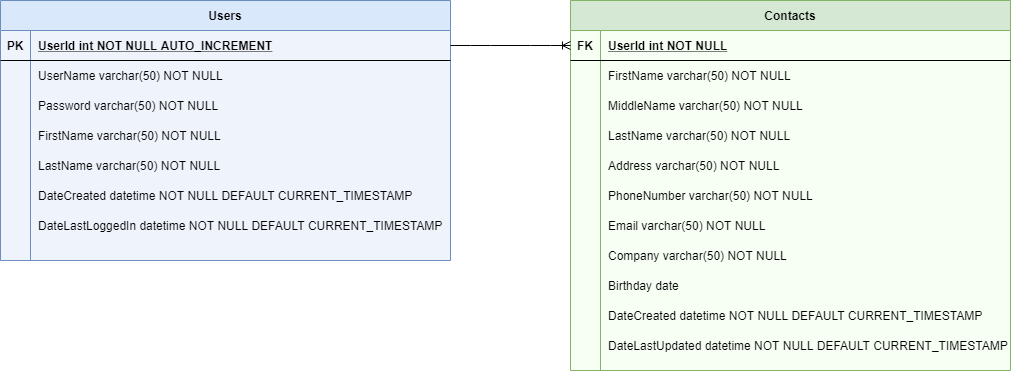
Before: ERD/ConnectUs-ERD.drawio.png, a diagram exported from draw.io (Monstarules/ucf-cop4331-connectus). Source tidied: cells renumbered, new cells last; positions are measured from the earlier drawing's top-left corner, leaving out a move shared by most shapes. The source it was exported from:
```xml
<mxGraphModel>
  <root>
    <mxCell id="0" />
    <mxCell id="1" parent="0" />
    <mxCell id="2" value="Contacts" style="shape=table;startSize=30;rowLines=0;fontStyle=1;align=center;fillColor=#d5e8d4;strokeColor=#82b366;gradientDirection=south;swimlaneFillColor=#F7FFF5;" parent="1" vertex="1">
      <mxGeometry x="570" width="440" height="370" as="geometry" />
    </mxCell>
    <mxCell id="3" style="shape=partialRectangle;fillColor=none;points=[[0,0.5],[1,0.5]];portConstraint=eastwest;top=0;left=0;right=0;bottom=1;" parent="2" vertex="1">
      <mxGeometry y="30" width="440" height="30" as="geometry" />
    </mxCell>
    <mxCell id="4" value="FK" style="shape=partialRectangle;overflow=hidden;fillColor=none;top=0;left=0;bottom=0;right=0;fontStyle=1;" parent="3" vertex="1">
      <mxGeometry width="30" height="30" as="geometry" />
    </mxCell>
    <mxCell id="5" value="UserId int NOT NULL " style="shape=partialRectangle;overflow=hidden;fillColor=none;top=0;left=0;bottom=0;right=0;align=left;spacingLeft=6;fontStyle=5;" parent="3" vertex="1">
      <mxGeometry x="30" width="410" height="30" as="geometry" />
    </mxCell>
    <mxCell id="6" style="shape=partialRectangle;fillColor=none;points=[[0,0.5],[1,0.5]];portConstraint=eastwest;top=0;left=0;right=0;bottom=0;" parent="2" vertex="1">
      <mxGeometry y="60" width="440" height="30" as="geometry" />
    </mxCell>
    <mxCell id="7" style="shape=partialRectangle;overflow=hidden;fillColor=none;top=0;left=0;bottom=0;right=0;" parent="6" vertex="1">
      <mxGeometry width="30" height="30" as="geometry" />
    </mxCell>
    <mxCell id="8" value="FirstName varchar(50) NOT NULL" style="shape=partialRectangle;overflow=hidden;fillColor=none;top=0;left=0;bottom=0;right=0;align=left;spacingLeft=6;" parent="6" vertex="1">
      <mxGeometry x="30" width="410" height="30" as="geometry" />
    </mxCell>
    <mxCell id="9" style="shape=partialRectangle;fillColor=none;top=0;left=0;right=0;bottom=0;" parent="2" vertex="1">
      <mxGeometry y="90" width="440" height="30" as="geometry" />
    </mxCell>
    <mxCell id="10" style="shape=partialRectangle;overflow=hidden;fillColor=none;top=0;left=0;bottom=0;right=0;" parent="9" vertex="1">
      <mxGeometry width="30" height="30" as="geometry" />
    </mxCell>
    <mxCell id="11" value="MiddleName varchar(50) NOT NULL" style="shape=partialRectangle;overflow=hidden;fillColor=none;top=0;left=0;bottom=0;right=0;align=left;spacingLeft=6;" parent="9" vertex="1">
      <mxGeometry x="30" width="410" height="30" as="geometry" />
    </mxCell>
    <mxCell id="12" style="shape=partialRectangle;fillColor=none;top=0;left=0;right=0;bottom=0;" parent="2" vertex="1">
      <mxGeometry y="120" width="440" height="30" as="geometry" />
    </mxCell>
    <mxCell id="13" style="shape=partialRectangle;overflow=hidden;fillColor=none;top=0;left=0;bottom=0;right=0;" parent="12" vertex="1">
      <mxGeometry width="30" height="30" as="geometry" />
    </mxCell>
    <mxCell id="14" value="LastName varchar(50) NOT NULL" style="shape=partialRectangle;overflow=hidden;fillColor=none;top=0;left=0;bottom=0;right=0;align=left;spacingLeft=6;" parent="12" vertex="1">
      <mxGeometry x="30" width="410" height="30" as="geometry" />
    </mxCell>
    <mxCell id="15" style="shape=partialRectangle;fillColor=none;top=0;left=0;right=0;bottom=0;" parent="2" vertex="1">
      <mxGeometry y="150" width="440" height="30" as="geometry" />
    </mxCell>
    <mxCell id="16" style="shape=partialRectangle;overflow=hidden;fillColor=none;top=0;left=0;bottom=0;right=0;" parent="15" vertex="1">
      <mxGeometry width="30" height="30" as="geometry" />
    </mxCell>
    <mxCell id="17" value="Address varchar(50) NOT NULL" style="shape=partialRectangle;overflow=hidden;fillColor=none;top=0;left=0;bottom=0;right=0;align=left;spacingLeft=6;" parent="15" vertex="1">
      <mxGeometry x="30" width="410" height="30" as="geometry" />
    </mxCell>
    <mxCell id="18" style="shape=partialRectangle;fillColor=none;top=0;left=0;right=0;bottom=0;" parent="2" vertex="1">
      <mxGeometry y="180" width="440" height="30" as="geometry" />
    </mxCell>
    <mxCell id="19" style="shape=partialRectangle;overflow=hidden;fillColor=none;top=0;left=0;bottom=0;right=0;" parent="18" vertex="1">
      <mxGeometry width="30" height="30" as="geometry" />
    </mxCell>
    <mxCell id="20" value="PhoneNumber varchar(50) NOT NULL" style="shape=partialRectangle;overflow=hidden;fillColor=none;top=0;left=0;bottom=0;right=0;align=left;spacingLeft=6;" parent="18" vertex="1">
      <mxGeometry x="30" width="410" height="30" as="geometry" />
    </mxCell>
    <mxCell id="21" style="shape=partialRectangle;fillColor=none;top=0;left=0;right=0;bottom=0;" parent="2" vertex="1">
      <mxGeometry y="210" width="440" height="30" as="geometry" />
    </mxCell>
    <mxCell id="22" style="shape=partialRectangle;overflow=hidden;fillColor=none;top=0;left=0;bottom=0;right=0;" parent="21" vertex="1">
      <mxGeometry width="30" height="30" as="geometry" />
    </mxCell>
    <mxCell id="23" value="Email varchar(50) NOT NULL" style="shape=partialRectangle;overflow=hidden;fillColor=none;top=0;left=0;bottom=0;right=0;align=left;spacingLeft=6;" parent="21" vertex="1">
      <mxGeometry x="30" width="410" height="30" as="geometry" />
    </mxCell>
    <mxCell id="24" style="shape=partialRectangle;fillColor=none;top=0;left=0;right=0;bottom=0;" parent="2" vertex="1">
      <mxGeometry y="240" width="440" height="30" as="geometry" />
    </mxCell>
    <mxCell id="25" style="shape=partialRectangle;overflow=hidden;fillColor=none;top=0;left=0;bottom=0;right=0;" parent="24" vertex="1">
      <mxGeometry width="30" height="30" as="geometry" />
    </mxCell>
    <mxCell id="26" value="Company varchar(50) NOT NULL" style="shape=partialRectangle;overflow=hidden;fillColor=none;top=0;left=0;bottom=0;right=0;align=left;spacingLeft=6;" parent="24" vertex="1">
      <mxGeometry x="30" width="410" height="30" as="geometry" />
    </mxCell>
    <mxCell id="27" style="shape=partialRectangle;fillColor=none;top=0;left=0;right=0;bottom=0;" parent="2" vertex="1">
      <mxGeometry y="270" width="440" height="30" as="geometry" />
    </mxCell>
    <mxCell id="28" style="shape=partialRectangle;overflow=hidden;fillColor=none;top=0;left=0;bottom=0;right=0;" parent="27" vertex="1">
      <mxGeometry width="30" height="30" as="geometry" />
    </mxCell>
    <mxCell id="29" value="Birthday date " style="shape=partialRectangle;overflow=hidden;fillColor=none;top=0;left=0;bottom=0;right=0;align=left;spacingLeft=6;" parent="27" vertex="1">
      <mxGeometry x="30" width="410" height="30" as="geometry" />
    </mxCell>
    <mxCell id="30" style="shape=partialRectangle;fillColor=none;top=0;left=0;right=0;bottom=0;" parent="2" vertex="1">
      <mxGeometry y="300" width="440" height="30" as="geometry" />
    </mxCell>
    <mxCell id="31" style="shape=partialRectangle;overflow=hidden;fillColor=none;top=0;left=0;bottom=0;right=0;" parent="30" vertex="1">
      <mxGeometry width="30" height="30" as="geometry" />
    </mxCell>
    <mxCell id="32" value="DateCreated datetime NOT NULL DEFAULT CURRENT_TIMESTAMP" style="shape=partialRectangle;overflow=hidden;fillColor=none;top=0;left=0;bottom=0;right=0;align=left;spacingLeft=6;" parent="30" vertex="1">
      <mxGeometry x="30" width="410" height="30" as="geometry" />
    </mxCell>
    <mxCell id="33" style="shape=partialRectangle;fillColor=none;top=0;left=0;right=0;bottom=0;" parent="2" vertex="1">
      <mxGeometry y="330" width="440" height="30" as="geometry" />
    </mxCell>
    <mxCell id="34" style="shape=partialRectangle;overflow=hidden;fillColor=none;top=0;left=0;bottom=0;right=0;" parent="33" vertex="1">
      <mxGeometry width="30" height="30" as="geometry" />
    </mxCell>
    <mxCell id="35" value="DateLastUpdated datetime NOT NULL DEFAULT CURRENT_TIMESTAMP" style="shape=partialRectangle;overflow=hidden;fillColor=none;top=0;left=0;bottom=0;right=0;align=left;spacingLeft=6;" parent="33" vertex="1">
      <mxGeometry x="30" width="410" height="30" as="geometry" />
    </mxCell>
    <mxCell id="36" value="Users" style="shape=table;startSize=30;rowLines=0;fontStyle=1;align=center;fillColor=#dae8fc;strokeColor=#6c8ebf;swimlaneFillColor=#EFF3FB;" parent="1" vertex="1">
      <mxGeometry width="450" height="260" as="geometry" />
    </mxCell>
    <mxCell id="37" style="shape=partialRectangle;fillColor=none;points=[[0,0.5],[1,0.5]];portConstraint=eastwest;top=0;left=0;right=0;bottom=1;" parent="36" vertex="1">
      <mxGeometry y="30" width="450" height="30" as="geometry" />
    </mxCell>
    <mxCell id="38" value="PK" style="shape=partialRectangle;overflow=hidden;fillColor=none;top=0;left=0;bottom=0;right=0;fontStyle=1;" parent="37" vertex="1">
      <mxGeometry width="30" height="30" as="geometry" />
    </mxCell>
    <mxCell id="39" value="UserId int NOT NULL AUTO_INCREMENT" style="shape=partialRectangle;overflow=hidden;fillColor=none;top=0;left=0;bottom=0;right=0;align=left;spacingLeft=6;fontStyle=5;" parent="37" vertex="1">
      <mxGeometry x="30" width="420" height="30" as="geometry" />
    </mxCell>
    <mxCell id="40" style="shape=partialRectangle;fillColor=none;top=0;left=0;right=0;bottom=0;" parent="36" vertex="1">
      <mxGeometry y="60" width="450" height="30" as="geometry" />
    </mxCell>
    <mxCell id="41" style="shape=partialRectangle;overflow=hidden;fillColor=none;top=0;left=0;bottom=0;right=0;" parent="40" vertex="1">
      <mxGeometry width="30" height="30" as="geometry" />
    </mxCell>
    <mxCell id="42" value="UserName varchar(50) NOT NULL" style="shape=partialRectangle;overflow=hidden;fillColor=none;top=0;left=0;bottom=0;right=0;align=left;spacingLeft=6;" parent="40" vertex="1">
      <mxGeometry x="30" width="420" height="30" as="geometry" />
    </mxCell>
    <mxCell id="43" style="shape=partialRectangle;fillColor=none;top=0;left=0;right=0;bottom=0;" parent="36" vertex="1">
      <mxGeometry y="90" width="450" height="30" as="geometry" />
    </mxCell>
    <mxCell id="44" style="shape=partialRectangle;overflow=hidden;fillColor=none;top=0;left=0;bottom=0;right=0;" parent="43" vertex="1">
      <mxGeometry width="30" height="30" as="geometry" />
    </mxCell>
    <mxCell id="45" value="Password varchar(50) NOT NULL" style="shape=partialRectangle;overflow=hidden;fillColor=none;top=0;left=0;bottom=0;right=0;align=left;spacingLeft=6;" parent="43" vertex="1">
      <mxGeometry x="30" width="420" height="30" as="geometry" />
    </mxCell>
    <mxCell id="46" style="shape=partialRectangle;fillColor=none;top=0;left=0;right=0;bottom=0;" parent="36" vertex="1">
      <mxGeometry y="120" width="450" height="30" as="geometry" />
    </mxCell>
    <mxCell id="47" style="shape=partialRectangle;overflow=hidden;fillColor=none;top=0;left=0;bottom=0;right=0;" parent="46" vertex="1">
      <mxGeometry width="30" height="30" as="geometry" />
    </mxCell>
    <mxCell id="48" value="FirstName varchar(50) NOT NULL" style="shape=partialRectangle;overflow=hidden;fillColor=none;top=0;left=0;bottom=0;right=0;align=left;spacingLeft=6;" parent="46" vertex="1">
      <mxGeometry x="30" width="420" height="30" as="geometry" />
    </mxCell>
    <mxCell id="49" style="shape=partialRectangle;fillColor=none;top=0;left=0;right=0;bottom=0;" parent="36" vertex="1">
      <mxGeometry y="150" width="450" height="30" as="geometry" />
    </mxCell>
    <mxCell id="50" style="shape=partialRectangle;overflow=hidden;fillColor=none;top=0;left=0;bottom=0;right=0;" parent="49" vertex="1">
      <mxGeometry width="30" height="30" as="geometry" />
    </mxCell>
    <mxCell id="51" value="LastName varchar(50) NOT NULL" style="shape=partialRectangle;overflow=hidden;fillColor=none;top=0;left=0;bottom=0;right=0;align=left;spacingLeft=6;" parent="49" vertex="1">
      <mxGeometry x="30" width="420" height="30" as="geometry" />
    </mxCell>
    <mxCell id="52" style="shape=partialRectangle;fillColor=none;top=0;left=0;right=0;bottom=0;" parent="36" vertex="1">
      <mxGeometry y="180" width="450" height="30" as="geometry" />
    </mxCell>
    <mxCell id="53" style="shape=partialRectangle;overflow=hidden;fillColor=none;top=0;left=0;bottom=0;right=0;" parent="52" vertex="1">
      <mxGeometry width="30" height="30" as="geometry" />
    </mxCell>
    <mxCell id="54" value="DateCreated datetime NOT NULL DEFAULT CURRENT_TIMESTAMP" style="shape=partialRectangle;overflow=hidden;fillColor=none;top=0;left=0;bottom=0;right=0;align=left;spacingLeft=6;" parent="52" vertex="1">
      <mxGeometry x="30" width="420" height="30" as="geometry" />
    </mxCell>
    <mxCell id="55" style="shape=partialRectangle;fillColor=none;top=0;left=0;right=0;bottom=0;" parent="36" vertex="1">
      <mxGeometry y="210" width="450" height="30" as="geometry" />
    </mxCell>
    <mxCell id="56" style="shape=partialRectangle;overflow=hidden;fillColor=none;top=0;left=0;bottom=0;right=0;" parent="55" vertex="1">
      <mxGeometry width="30" height="30" as="geometry" />
    </mxCell>
    <mxCell id="57" value="DateLastLoggedIn datetime NOT NULL DEFAULT CURRENT_TIMESTAMP" style="shape=partialRectangle;overflow=hidden;fillColor=none;top=0;left=0;bottom=0;right=0;align=left;spacingLeft=6;" parent="55" vertex="1">
      <mxGeometry x="30" width="420" height="30" as="geometry" />
    </mxCell>
    <mxCell id="58" style="edgeStyle=entityRelationEdgeStyle;fontSize=12;html=1;endArrow=ERoneToMany;entryX=0;entryY=0.5;entryDx=0;entryDy=0;" parent="1" edge="1" source="37" target="3">
      <mxGeometry relative="1" as="geometry" />
    </mxCell>
  </root>
</mxGraphModel>
```
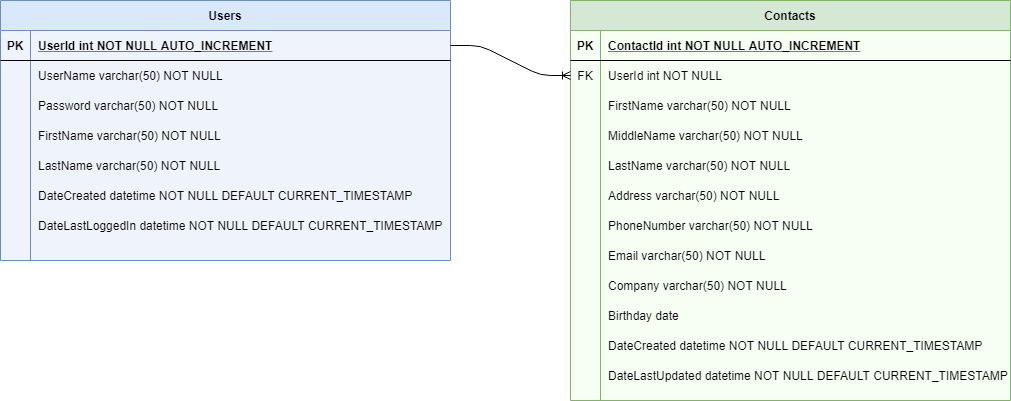
After the commit.

The edit, as a diff of the source:
```diff
@@ -3,28 +3,37 @@
     <mxCell id="0" />
     <mxCell id="1" parent="0" />
     <mxCell id="2" value="Contacts" style="shape=table;startSize=30;rowLines=0;fontStyle=1;align=center;fillColor=#d5e8d4;strokeColor=#82b366;gradientDirection=south;swimlaneFillColor=#F7FFF5;" parent="1" vertex="1">
-      <mxGeometry x="570" width="440" height="370" as="geometry" />
+      <mxGeometry x="570" width="440" height="400" as="geometry" />
     </mxCell>
     <mxCell id="3" style="shape=partialRectangle;fillColor=none;points=[[0,0.5],[1,0.5]];portConstraint=eastwest;top=0;left=0;right=0;bottom=1;" parent="2" vertex="1">
       <mxGeometry y="30" width="440" height="30" as="geometry" />
     </mxCell>
-    <mxCell id="4" value="FK" style="shape=partialRectangle;overflow=hidden;fillColor=none;top=0;left=0;bottom=0;right=0;fontStyle=1;" parent="3" vertex="1">
+    <mxCell id="4" value="PK" style="shape=partialRectangle;overflow=hidden;fillColor=none;top=0;left=0;bottom=0;right=0;fontStyle=1;" parent="3" vertex="1">
       <mxGeometry width="30" height="30" as="geometry" />
     </mxCell>
-    <mxCell id="5" value="UserId int NOT NULL " style="shape=partialRectangle;overflow=hidden;fillColor=none;top=0;left=0;bottom=0;right=0;align=left;spacingLeft=6;fontStyle=5;" parent="3" vertex="1">
+    <mxCell id="5" value="ContactId int NOT NULL AUTO_INCREMENT" style="shape=partialRectangle;overflow=hidden;fillColor=none;top=0;left=0;bottom=0;right=0;align=left;spacingLeft=6;fontStyle=5;" parent="3" vertex="1">
       <mxGeometry x="30" width="410" height="30" as="geometry" />
     </mxCell>
     <mxCell id="6" style="shape=partialRectangle;fillColor=none;points=[[0,0.5],[1,0.5]];portConstraint=eastwest;top=0;left=0;right=0;bottom=0;" parent="2" vertex="1">
       <mxGeometry y="60" width="440" height="30" as="geometry" />
     </mxCell>
-    <mxCell id="7" style="shape=partialRectangle;overflow=hidden;fillColor=none;top=0;left=0;bottom=0;right=0;" parent="6" vertex="1">
+    <mxCell id="7" value="FK" style="shape=partialRectangle;overflow=hidden;fillColor=none;top=0;left=0;bottom=0;right=0;" parent="6" vertex="1">
       <mxGeometry width="30" height="30" as="geometry" />
     </mxCell>
-    <mxCell id="8" value="FirstName varchar(50) NOT NULL" style="shape=partialRectangle;overflow=hidden;fillColor=none;top=0;left=0;bottom=0;right=0;align=left;spacingLeft=6;" parent="6" vertex="1">
+    <mxCell id="8" value="UserId int NOT NULL" style="shape=partialRectangle;overflow=hidden;fillColor=none;top=0;left=0;bottom=0;right=0;align=left;spacingLeft=6;" parent="6" vertex="1">
       <mxGeometry x="30" width="410" height="30" as="geometry" />
     </mxCell>
+    <mxCell id="59" style="shape=partialRectangle;fillColor=none;top=0;left=0;right=0;bottom=0;" parent="2" vertex="1">
+      <mxGeometry y="90" width="440" height="30" as="geometry" />
+    </mxCell>
+    <mxCell id="60" style="shape=partialRectangle;overflow=hidden;fillColor=none;top=0;left=0;bottom=0;right=0;" parent="59" vertex="1">
+      <mxGeometry width="30" height="30" as="geometry" />
+    </mxCell>
+    <mxCell id="61" value="FirstName varchar(50) NOT NULL" style="shape=partialRectangle;overflow=hidden;fillColor=none;top=0;left=0;bottom=0;right=0;align=left;spacingLeft=6;" parent="59" vertex="1">
+      <mxGeometry x="30" width="410" height="30" as="geometry" />
+    </mxCell>
     <mxCell id="9" style="shape=partialRectangle;fillColor=none;top=0;left=0;right=0;bottom=0;" parent="2" vertex="1">
-      <mxGeometry y="90" width="440" height="30" as="geometry" />
+      <mxGeometry y="120" width="440" height="30" as="geometry" />
     </mxCell>
     <mxCell id="10" style="shape=partialRectangle;overflow=hidden;fillColor=none;top=0;left=0;bottom=0;right=0;" parent="9" vertex="1">
       <mxGeometry width="30" height="30" as="geometry" />
@@ -33,7 +42,7 @@
       <mxGeometry x="30" width="410" height="30" as="geometry" />
     </mxCell>
     <mxCell id="12" style="shape=partialRectangle;fillColor=none;top=0;left=0;right=0;bottom=0;" parent="2" vertex="1">
-      <mxGeometry y="120" width="440" height="30" as="geometry" />
+      <mxGeometry y="150" width="440" height="30" as="geometry" />
     </mxCell>
     <mxCell id="13" style="shape=partialRectangle;overflow=hidden;fillColor=none;top=0;left=0;bottom=0;right=0;" parent="12" vertex="1">
       <mxGeometry width="30" height="30" as="geometry" />
@@ -42,7 +51,7 @@
       <mxGeometry x="30" width="410" height="30" as="geometry" />
     </mxCell>
     <mxCell id="15" style="shape=partialRectangle;fillColor=none;top=0;left=0;right=0;bottom=0;" parent="2" vertex="1">
-      <mxGeometry y="150" width="440" height="30" as="geometry" />
+      <mxGeometry y="180" width="440" height="30" as="geometry" />
     </mxCell>
     <mxCell id="16" style="shape=partialRectangle;overflow=hidden;fillColor=none;top=0;left=0;bottom=0;right=0;" parent="15" vertex="1">
       <mxGeometry width="30" height="30" as="geometry" />
@@ -51,7 +60,7 @@
       <mxGeometry x="30" width="410" height="30" as="geometry" />
     </mxCell>
     <mxCell id="18" style="shape=partialRectangle;fillColor=none;top=0;left=0;right=0;bottom=0;" parent="2" vertex="1">
-      <mxGeometry y="180" width="440" height="30" as="geometry" />
+      <mxGeometry y="210" width="440" height="30" as="geometry" />
     </mxCell>
     <mxCell id="19" style="shape=partialRectangle;overflow=hidden;fillColor=none;top=0;left=0;bottom=0;right=0;" parent="18" vertex="1">
       <mxGeometry width="30" height="30" as="geometry" />
@@ -60,7 +69,7 @@
       <mxGeometry x="30" width="410" height="30" as="geometry" />
     </mxCell>
     <mxCell id="21" style="shape=partialRectangle;fillColor=none;top=0;left=0;right=0;bottom=0;" parent="2" vertex="1">
-      <mxGeometry y="210" width="440" height="30" as="geometry" />
+      <mxGeometry y="240" width="440" height="30" as="geometry" />
     </mxCell>
     <mxCell id="22" style="shape=partialRectangle;overflow=hidden;fillColor=none;top=0;left=0;bottom=0;right=0;" parent="21" vertex="1">
       <mxGeometry width="30" height="30" as="geometry" />
@@ -69,7 +78,7 @@
       <mxGeometry x="30" width="410" height="30" as="geometry" />
     </mxCell>
     <mxCell id="24" style="shape=partialRectangle;fillColor=none;top=0;left=0;right=0;bottom=0;" parent="2" vertex="1">
-      <mxGeometry y="240" width="440" height="30" as="geometry" />
+      <mxGeometry y="270" width="440" height="30" as="geometry" />
     </mxCell>
     <mxCell id="25" style="shape=partialRectangle;overflow=hidden;fillColor=none;top=0;left=0;bottom=0;right=0;" parent="24" vertex="1">
       <mxGeometry width="30" height="30" as="geometry" />
@@ -78,7 +87,7 @@
       <mxGeometry x="30" width="410" height="30" as="geometry" />
     </mxCell>
     <mxCell id="27" style="shape=partialRectangle;fillColor=none;top=0;left=0;right=0;bottom=0;" parent="2" vertex="1">
-      <mxGeometry y="270" width="440" height="30" as="geometry" />
+      <mxGeometry y="300" width="440" height="30" as="geometry" />
     </mxCell>
     <mxCell id="28" style="shape=partialRectangle;overflow=hidden;fillColor=none;top=0;left=0;bottom=0;right=0;" parent="27" vertex="1">
       <mxGeometry width="30" height="30" as="geometry" />
@@ -87,7 +96,7 @@
       <mxGeometry x="30" width="410" height="30" as="geometry" />
     </mxCell>
     <mxCell id="30" style="shape=partialRectangle;fillColor=none;top=0;left=0;right=0;bottom=0;" parent="2" vertex="1">
-      <mxGeometry y="300" width="440" height="30" as="geometry" />
+      <mxGeometry y="330" width="440" height="30" as="geometry" />
     </mxCell>
     <mxCell id="31" style="shape=partialRectangle;overflow=hidden;fillColor=none;top=0;left=0;bottom=0;right=0;" parent="30" vertex="1">
       <mxGeometry width="30" height="30" as="geometry" />
@@ -96,7 +105,7 @@
       <mxGeometry x="30" width="410" height="30" as="geometry" />
     </mxCell>
     <mxCell id="33" style="shape=partialRectangle;fillColor=none;top=0;left=0;right=0;bottom=0;" parent="2" vertex="1">
-      <mxGeometry y="330" width="440" height="30" as="geometry" />
+      <mxGeometry y="360" width="440" height="30" as="geometry" />
     </mxCell>
     <mxCell id="34" style="shape=partialRectangle;overflow=hidden;fillColor=none;top=0;left=0;bottom=0;right=0;" parent="33" vertex="1">
       <mxGeometry width="30" height="30" as="geometry" />
@@ -170,7 +179,7 @@
     <mxCell id="57" value="DateLastLoggedIn datetime NOT NULL DEFAULT CURRENT_TIMESTAMP" style="shape=partialRectangle;overflow=hidden;fillColor=none;top=0;left=0;bottom=0;right=0;align=left;spacingLeft=6;" parent="55" vertex="1">
       <mxGeometry x="30" width="420" height="30" as="geometry" />
     </mxCell>
-    <mxCell id="58" style="edgeStyle=entityRelationEdgeStyle;fontSize=12;html=1;endArrow=ERoneToMany;entryX=0;entryY=0.5;entryDx=0;entryDy=0;" parent="1" edge="1" source="37" target="3">
+    <mxCell id="58" style="edgeStyle=entityRelationEdgeStyle;fontSize=12;html=1;endArrow=ERoneToMany;entryX=0;entryY=0.5;entryDx=0;entryDy=0;" parent="1" edge="1" source="37" target="6">
       <mxGeometry relative="1" as="geometry" />
     </mxCell>
   </root>
```
